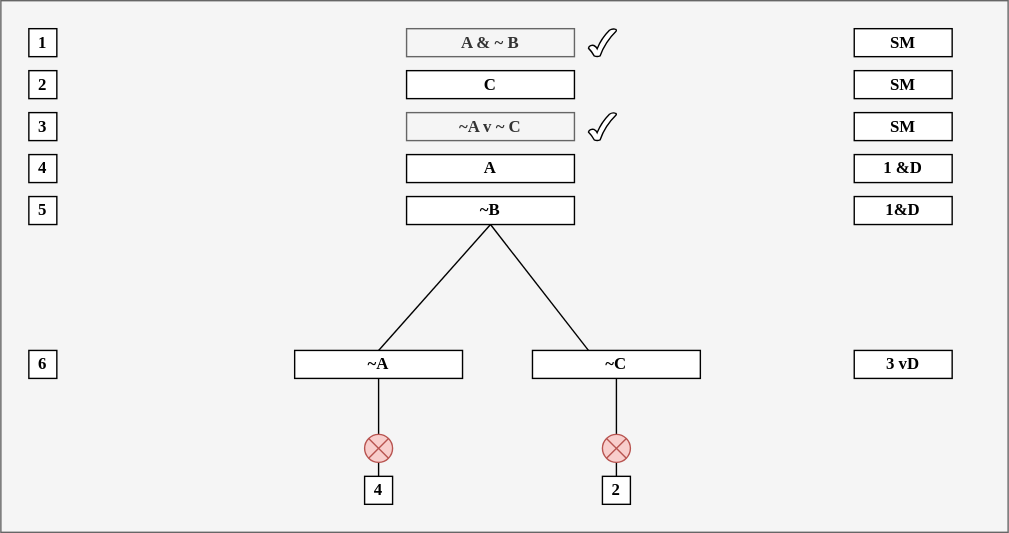
Earlier version of the draw.io export basic-closed-tree.svg (thomasabishop/logic-diagrams). Source tidied: cells renumbered, new cells last; positions are measured from the earlier drawing's top-left corner, leaving out a move shared by most shapes. Its diagram source:
```xml
<mxGraphModel>
  <root>
    <mxCell id="0" />
    <mxCell id="1" parent="0" />
    <mxCell id="2" style="rounded=0;whiteSpace=wrap;html=1;align=left;fillColor=#f5f5f5;fontColor=#333333;strokeColor=#666666;" parent="1" vertex="1">
      <mxGeometry width="720" height="380" as="geometry" />
    </mxCell>
    <mxCell id="3" style="endArrow=none;html=1;rounded=0;fontFamily=Lucida Console;fontStyle=1;" parent="1" edge="1">
      <mxGeometry relative="1" as="geometry">
        <mxPoint x="270" y="250" as="sourcePoint" />
        <mxPoint x="350" y="160" as="targetPoint" />
      </mxGeometry>
    </mxCell>
    <mxCell id="4" style="endArrow=none;html=1;rounded=0;fontFamily=Lucida Console;fontStyle=1;" parent="1" edge="1">
      <mxGeometry relative="1" as="geometry">
        <mxPoint x="350" y="160" as="sourcePoint" />
        <mxPoint x="420" y="250" as="targetPoint" />
      </mxGeometry>
    </mxCell>
    <mxCell id="5" style="edgeStyle=orthogonalEdgeStyle;rounded=0;jettySize=auto;html=1;fontFamily=Lucida Console;endArrow=none;endFill=0;fontStyle=1;" parent="1" edge="1" source="6">
      <mxGeometry relative="1" as="geometry">
        <mxPoint x="270" y="310" as="targetPoint" />
      </mxGeometry>
    </mxCell>
    <mxCell id="6" value="~A" style="rounded=0;whiteSpace=wrap;html=1;fontFamily=Lucida Console;fontStyle=1;" parent="1" vertex="1">
      <mxGeometry x="210" y="250" width="120" height="20" as="geometry" />
    </mxCell>
    <mxCell id="7" value="3 vD" style="rounded=0;whiteSpace=wrap;html=1;fontFamily=Lucida Console;fontStyle=1;" parent="1" vertex="1">
      <mxGeometry x="610" y="250" width="70" height="20" as="geometry" />
    </mxCell>
    <mxCell id="8" value="6" style="rounded=0;whiteSpace=wrap;html=1;fontFamily=Lucida Console;fontStyle=1;" parent="1" vertex="1">
      <mxGeometry x="20" y="250" width="20" height="20" as="geometry" />
    </mxCell>
    <mxCell id="9" value="~C" style="rounded=0;whiteSpace=wrap;html=1;fontFamily=Lucida Console;fontStyle=1;" parent="1" vertex="1">
      <mxGeometry x="380" y="250" width="120" height="20" as="geometry" />
    </mxCell>
    <mxCell id="10" value="A &amp;amp; ~ B" style="rounded=0;whiteSpace=wrap;html=1;fontFamily=Lucida Console;fillColor=#f5f5f5;fontColor=#333333;strokeColor=#666666;fontStyle=1;" parent="1" vertex="1">
      <mxGeometry x="290" y="20" width="120" height="20" as="geometry" />
    </mxCell>
    <mxCell id="11" value="SM" style="rounded=0;whiteSpace=wrap;html=1;fontFamily=Lucida Console;fontStyle=1;" parent="1" vertex="1">
      <mxGeometry x="610" y="20" width="70" height="20" as="geometry" />
    </mxCell>
    <mxCell id="12" value="1" style="rounded=0;whiteSpace=wrap;html=1;fontFamily=Lucida Console;fontStyle=1;" parent="1" vertex="1">
      <mxGeometry x="20" y="20" width="20" height="20" as="geometry" />
    </mxCell>
    <mxCell id="13" value="C" style="rounded=0;whiteSpace=wrap;html=1;fontFamily=Lucida Console;fontStyle=1;" parent="1" vertex="1">
      <mxGeometry x="290" y="50" width="120" height="20" as="geometry" />
    </mxCell>
    <mxCell id="14" value="SM" style="rounded=0;whiteSpace=wrap;html=1;fontFamily=Lucida Console;fontStyle=1;" parent="1" vertex="1">
      <mxGeometry x="610" y="50" width="70" height="20" as="geometry" />
    </mxCell>
    <mxCell id="15" value="2" style="rounded=0;whiteSpace=wrap;html=1;fontFamily=Lucida Console;fontStyle=1;" parent="1" vertex="1">
      <mxGeometry x="20" y="50" width="20" height="20" as="geometry" />
    </mxCell>
    <mxCell id="16" value="~A v ~ C" style="rounded=0;whiteSpace=wrap;html=1;fontFamily=Lucida Console;fillColor=#f5f5f5;fontColor=#333333;strokeColor=#666666;fontStyle=1;" parent="1" vertex="1">
      <mxGeometry x="290" y="80" width="120" height="20" as="geometry" />
    </mxCell>
    <mxCell id="17" value="SM" style="rounded=0;whiteSpace=wrap;html=1;fontFamily=Lucida Console;fontStyle=1;" parent="1" vertex="1">
      <mxGeometry x="610" y="80" width="70" height="20" as="geometry" />
    </mxCell>
    <mxCell id="18" value="3" style="rounded=0;whiteSpace=wrap;html=1;fontFamily=Lucida Console;fontStyle=1;" parent="1" vertex="1">
      <mxGeometry x="20" y="80" width="20" height="20" as="geometry" />
    </mxCell>
    <mxCell id="19" value="A" style="rounded=0;whiteSpace=wrap;html=1;fontFamily=Lucida Console;fontStyle=1;" parent="1" vertex="1">
      <mxGeometry x="290" y="110" width="120" height="20" as="geometry" />
    </mxCell>
    <mxCell id="20" value="1 &amp;amp;D" style="rounded=0;whiteSpace=wrap;html=1;fontFamily=Lucida Console;fontStyle=1;" parent="1" vertex="1">
      <mxGeometry x="610" y="110" width="70" height="20" as="geometry" />
    </mxCell>
    <mxCell id="21" value="4" style="rounded=0;whiteSpace=wrap;html=1;fontFamily=Lucida Console;fontStyle=1;" parent="1" vertex="1">
      <mxGeometry x="20" y="110" width="20" height="20" as="geometry" />
    </mxCell>
    <mxCell id="22" value="~B" style="rounded=0;whiteSpace=wrap;html=1;fontFamily=Lucida Console;fontStyle=1;" parent="1" vertex="1">
      <mxGeometry x="290" y="140" width="120" height="20" as="geometry" />
    </mxCell>
    <mxCell id="23" value="1&amp;amp;D" style="rounded=0;whiteSpace=wrap;html=1;fontFamily=Lucida Console;fontStyle=1;" parent="1" vertex="1">
      <mxGeometry x="610" y="140" width="70" height="20" as="geometry" />
    </mxCell>
    <mxCell id="24" value="5" style="rounded=0;whiteSpace=wrap;html=1;fontFamily=Lucida Console;fontStyle=1;" parent="1" vertex="1">
      <mxGeometry x="20" y="140" width="20" height="20" as="geometry" />
    </mxCell>
    <mxCell id="25" style="verticalLabelPosition=bottom;verticalAlign=top;html=1;shape=mxgraph.basic.tick;fontFamily=Lucida Console;fontStyle=1;" parent="1" vertex="1">
      <mxGeometry x="420" y="20" width="20" height="20" as="geometry" />
    </mxCell>
    <mxCell id="26" style="verticalLabelPosition=bottom;verticalAlign=top;html=1;shape=mxgraph.basic.tick;fontFamily=Lucida Console;fontStyle=1;" parent="1" vertex="1">
      <mxGeometry x="420" y="80" width="20" height="20" as="geometry" />
    </mxCell>
    <mxCell id="27" style="edgeStyle=orthogonalEdgeStyle;rounded=0;jettySize=auto;html=1;exitX=0.5;exitY=1;exitDx=0;exitDy=0;fontFamily=Lucida Console;endArrow=none;endFill=0;fontStyle=1;" parent="1" edge="1" source="28" target="29">
      <mxGeometry relative="1" as="geometry" />
    </mxCell>
    <mxCell id="28" style="shape=sumEllipse;perimeter=ellipsePerimeter;whiteSpace=wrap;html=1;backgroundOutline=1;fontFamily=Lucida Console;fillColor=#f8cecc;strokeColor=#b85450;fontStyle=1;" parent="1" vertex="1">
      <mxGeometry x="260" y="310" width="20" height="20" as="geometry" />
    </mxCell>
    <mxCell id="29" value="4" style="rounded=0;whiteSpace=wrap;html=1;fontFamily=Lucida Console;fontStyle=1;" parent="1" vertex="1">
      <mxGeometry x="260" y="340" width="20" height="20" as="geometry" />
    </mxCell>
    <mxCell id="30" style="edgeStyle=orthogonalEdgeStyle;rounded=0;orthogonalLoop=1;jettySize=auto;html=1;fontFamily=Lucida Console;endArrow=none;endFill=0;fontStyle=1;" parent="1" edge="1">
      <mxGeometry relative="1" as="geometry">
        <mxPoint x="440" y="270" as="sourcePoint" />
        <mxPoint x="440" y="310" as="targetPoint" />
      </mxGeometry>
    </mxCell>
    <mxCell id="31" style="edgeStyle=orthogonalEdgeStyle;rounded=0;jettySize=auto;html=1;exitX=0.5;exitY=1;exitDx=0;exitDy=0;fontFamily=Lucida Console;endArrow=none;endFill=0;fontStyle=1;" parent="1" edge="1" source="32" target="33">
      <mxGeometry relative="1" as="geometry" />
    </mxCell>
    <mxCell id="32" style="shape=sumEllipse;perimeter=ellipsePerimeter;whiteSpace=wrap;html=1;backgroundOutline=1;fontFamily=Lucida Console;fillColor=#f8cecc;strokeColor=#b85450;fontStyle=1;" parent="1" vertex="1">
      <mxGeometry x="430" y="310" width="20" height="20" as="geometry" />
    </mxCell>
    <mxCell id="33" value="2" style="rounded=0;whiteSpace=wrap;html=1;fontFamily=Lucida Console;fontStyle=1;" parent="1" vertex="1">
      <mxGeometry x="430" y="340" width="20" height="20" as="geometry" />
    </mxCell>
  </root>
</mxGraphModel>
```
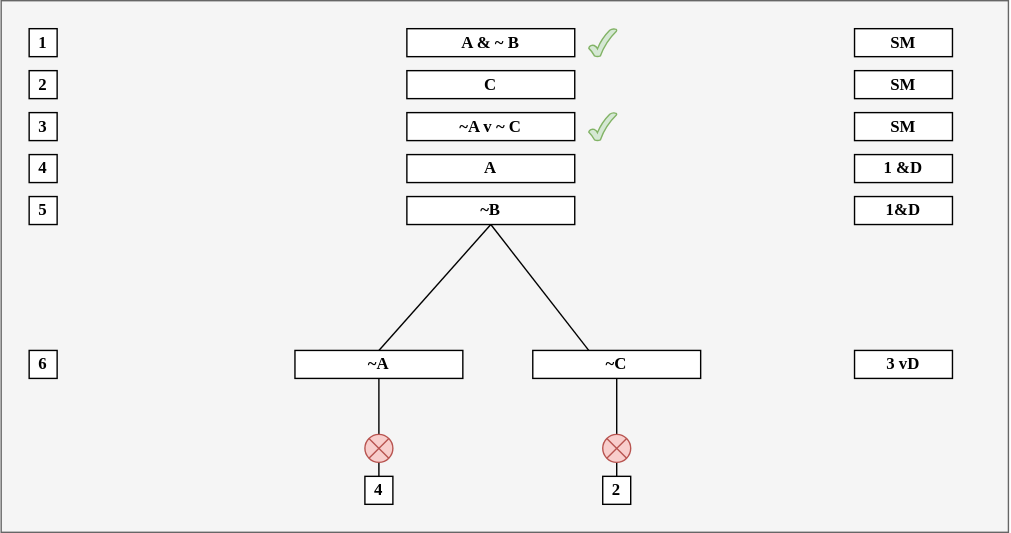
After the change.

What changed in the source:
```diff
@@ -34,7 +34,7 @@
     <mxCell id="9" value="~C" style="rounded=0;whiteSpace=wrap;html=1;fontFamily=Lucida Console;fontStyle=1;" parent="1" vertex="1">
       <mxGeometry x="380" y="250" width="120" height="20" as="geometry" />
     </mxCell>
-    <mxCell id="10" value="A &amp;amp; ~ B" style="rounded=0;whiteSpace=wrap;html=1;fontFamily=Lucida Console;fillColor=#f5f5f5;fontColor=#333333;strokeColor=#666666;fontStyle=1;" parent="1" vertex="1">
+    <mxCell id="10" value="A &amp;amp; ~ B" style="rounded=0;whiteSpace=wrap;html=1;fontFamily=Lucida Console;fontStyle=1;" parent="1" vertex="1">
       <mxGeometry x="290" y="20" width="120" height="20" as="geometry" />
     </mxCell>
     <mxCell id="11" value="SM" style="rounded=0;whiteSpace=wrap;html=1;fontFamily=Lucida Console;fontStyle=1;" parent="1" vertex="1">
@@ -52,7 +52,7 @@
     <mxCell id="15" value="2" style="rounded=0;whiteSpace=wrap;html=1;fontFamily=Lucida Console;fontStyle=1;" parent="1" vertex="1">
       <mxGeometry x="20" y="50" width="20" height="20" as="geometry" />
     </mxCell>
-    <mxCell id="16" value="~A v ~ C" style="rounded=0;whiteSpace=wrap;html=1;fontFamily=Lucida Console;fillColor=#f5f5f5;fontColor=#333333;strokeColor=#666666;fontStyle=1;" parent="1" vertex="1">
+    <mxCell id="16" value="~A v ~ C" style="rounded=0;whiteSpace=wrap;html=1;fontFamily=Lucida Console;fontStyle=1;" parent="1" vertex="1">
       <mxGeometry x="290" y="80" width="120" height="20" as="geometry" />
     </mxCell>
     <mxCell id="17" value="SM" style="rounded=0;whiteSpace=wrap;html=1;fontFamily=Lucida Console;fontStyle=1;" parent="1" vertex="1">
@@ -79,10 +79,10 @@
     <mxCell id="24" value="5" style="rounded=0;whiteSpace=wrap;html=1;fontFamily=Lucida Console;fontStyle=1;" parent="1" vertex="1">
       <mxGeometry x="20" y="140" width="20" height="20" as="geometry" />
     </mxCell>
-    <mxCell id="25" style="verticalLabelPosition=bottom;verticalAlign=top;html=1;shape=mxgraph.basic.tick;fontFamily=Lucida Console;fontStyle=1;" parent="1" vertex="1">
+    <mxCell id="25" style="verticalLabelPosition=bottom;verticalAlign=top;html=1;shape=mxgraph.basic.tick;fontFamily=Lucida Console;fontStyle=1;fillColor=#d5e8d4;strokeColor=#82b366;" parent="1" vertex="1">
       <mxGeometry x="420" y="20" width="20" height="20" as="geometry" />
     </mxCell>
-    <mxCell id="26" style="verticalLabelPosition=bottom;verticalAlign=top;html=1;shape=mxgraph.basic.tick;fontFamily=Lucida Console;fontStyle=1;" parent="1" vertex="1">
+    <mxCell id="26" style="verticalLabelPosition=bottom;verticalAlign=top;html=1;shape=mxgraph.basic.tick;fontFamily=Lucida Console;fontStyle=1;fillColor=#d5e8d4;strokeColor=#82b366;" parent="1" vertex="1">
       <mxGeometry x="420" y="80" width="20" height="20" as="geometry" />
     </mxCell>
     <mxCell id="27" style="edgeStyle=orthogonalEdgeStyle;rounded=0;jettySize=auto;html=1;exitX=0.5;exitY=1;exitDx=0;exitDy=0;fontFamily=Lucida Console;endArrow=none;endFill=0;fontStyle=1;" parent="1" edge="1" source="28" target="29">
```
